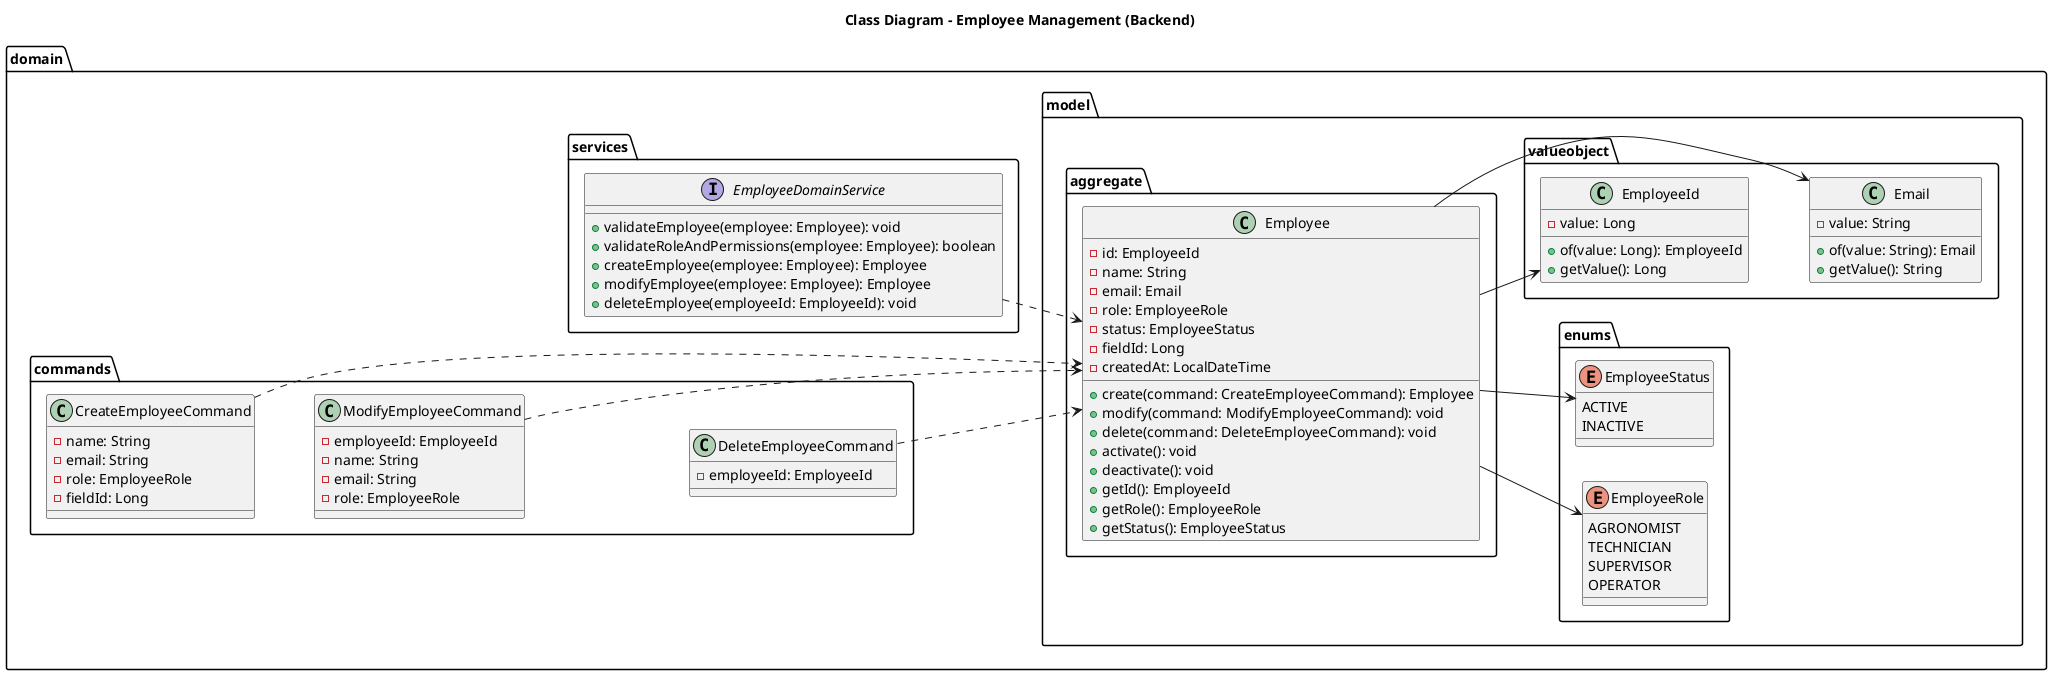
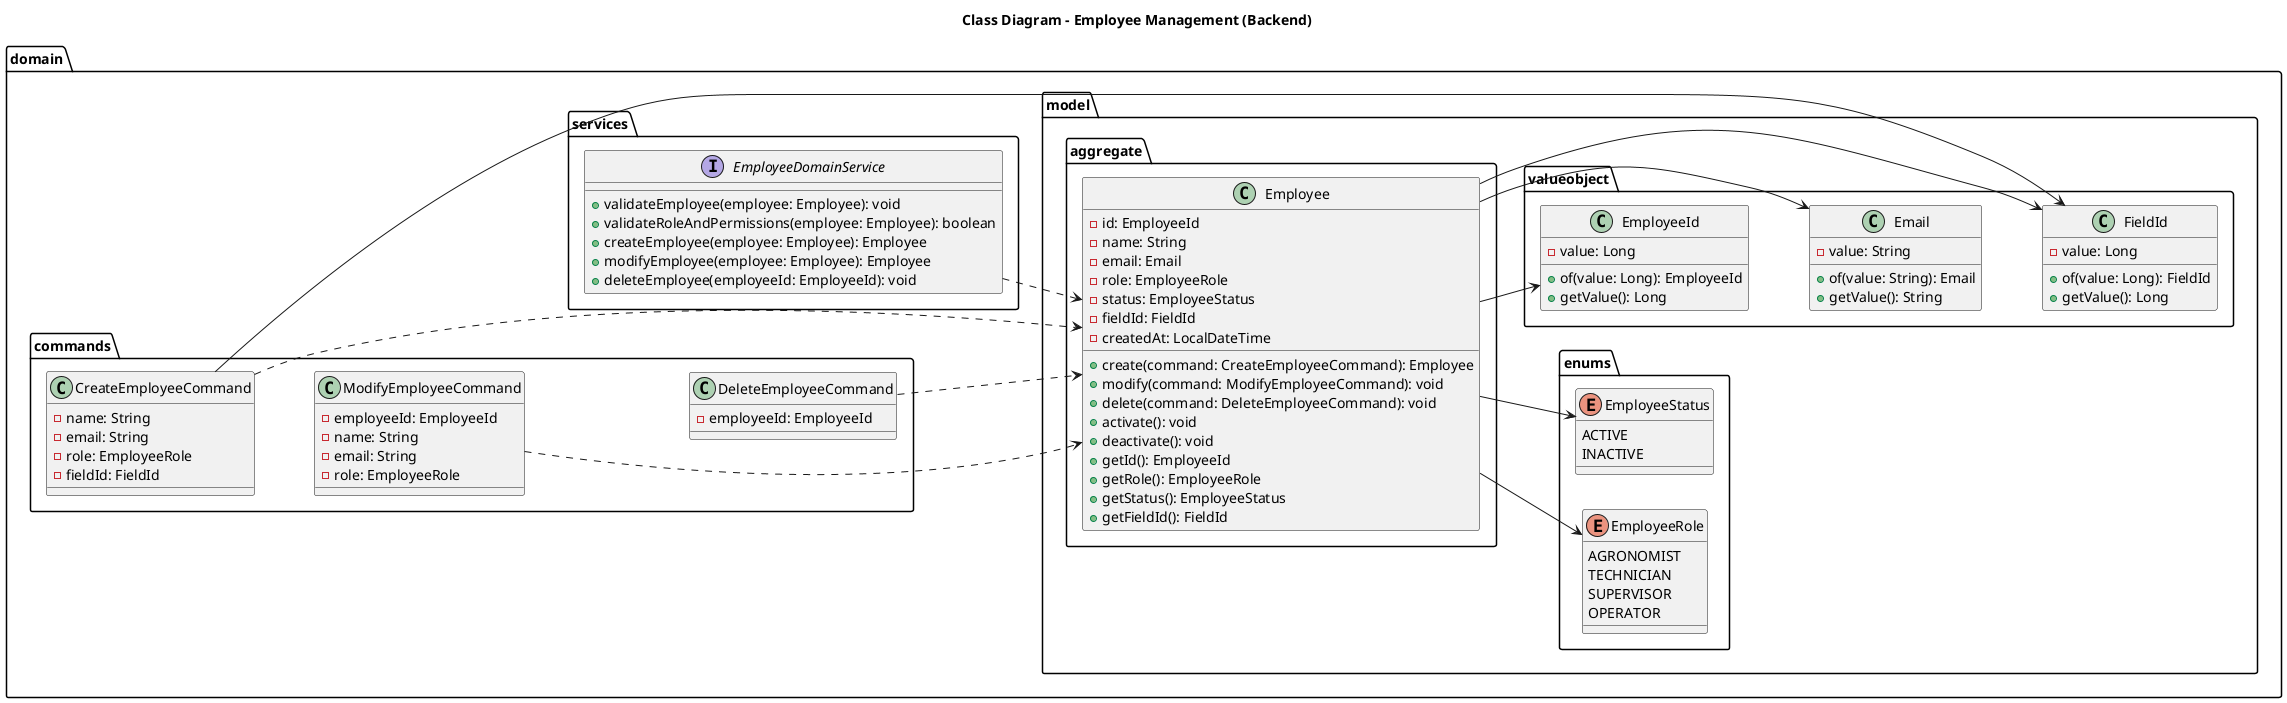
@startuml
left to right direction
title Class Diagram - Employee Management (Backend)

package "domain" {
  package "services" {
    interface EmployeeDomainService {
      +validateEmployee(employee: Employee): void
      +validateRoleAndPermissions(employee: Employee): boolean
      +createEmployee(employee: Employee): Employee
      +modifyEmployee(employee: Employee): Employee
      +deleteEmployee(employeeId: EmployeeId): void
    }
  }

  package "commands" {
    class CreateEmployeeCommand {
      -name: String
      -email: String
      -role: EmployeeRole
-       -fieldId: Long
+       -fieldId: FieldId
    }
    class ModifyEmployeeCommand {
      -employeeId: EmployeeId
      -name: String
      -email: String
      -role: EmployeeRole
    }
    class DeleteEmployeeCommand {
      -employeeId: EmployeeId
    }

    CreateEmployeeCommand -[hidden]down- ModifyEmployeeCommand
    ModifyEmployeeCommand -[hidden]down- DeleteEmployeeCommand
  }

  package "model" {
    package "aggregate" {
      class Employee {
        -id: EmployeeId
        -name: String
        -email: Email
        -role: EmployeeRole
        -status: EmployeeStatus
-         -fieldId: Long
+         -fieldId: FieldId
        -createdAt: LocalDateTime
        +create(command: CreateEmployeeCommand): Employee
        +modify(command: ModifyEmployeeCommand): void
        +delete(command: DeleteEmployeeCommand): void
        +activate(): void
        +deactivate(): void
        +getId(): EmployeeId
        +getRole(): EmployeeRole
        +getStatus(): EmployeeStatus
+         +getFieldId(): FieldId
      }
    }

    package "valueobject" {
      class EmployeeId {
        -value: Long
        +of(value: Long): EmployeeId
        +getValue(): Long
      }
      class Email {
        -value: String
        +of(value: String): Email
        +getValue(): String
      }
+       class FieldId {
+         -value: Long
+         +of(value: Long): FieldId
+         +getValue(): Long
+       }

      EmployeeId -[hidden]down- Email
+       Email -[hidden]down- FieldId
    }

    package "enums" {
      enum EmployeeRole {
        AGRONOMIST
        TECHNICIAN
        SUPERVISOR
        OPERATOR
      }
      enum EmployeeStatus {
        ACTIVE
        INACTIVE
      }

      EmployeeRole -[hidden]right- EmployeeStatus
    }
  }
}

CreateEmployeeCommand ..> Employee
ModifyEmployeeCommand ..> Employee
DeleteEmployeeCommand ..> Employee

+ CreateEmployeeCommand --> FieldId
+ 
Employee --> EmployeeId
Employee --> Email
Employee --> EmployeeRole
Employee --> EmployeeStatus
+ Employee --> FieldId

EmployeeDomainService ..> Employee

@enduml